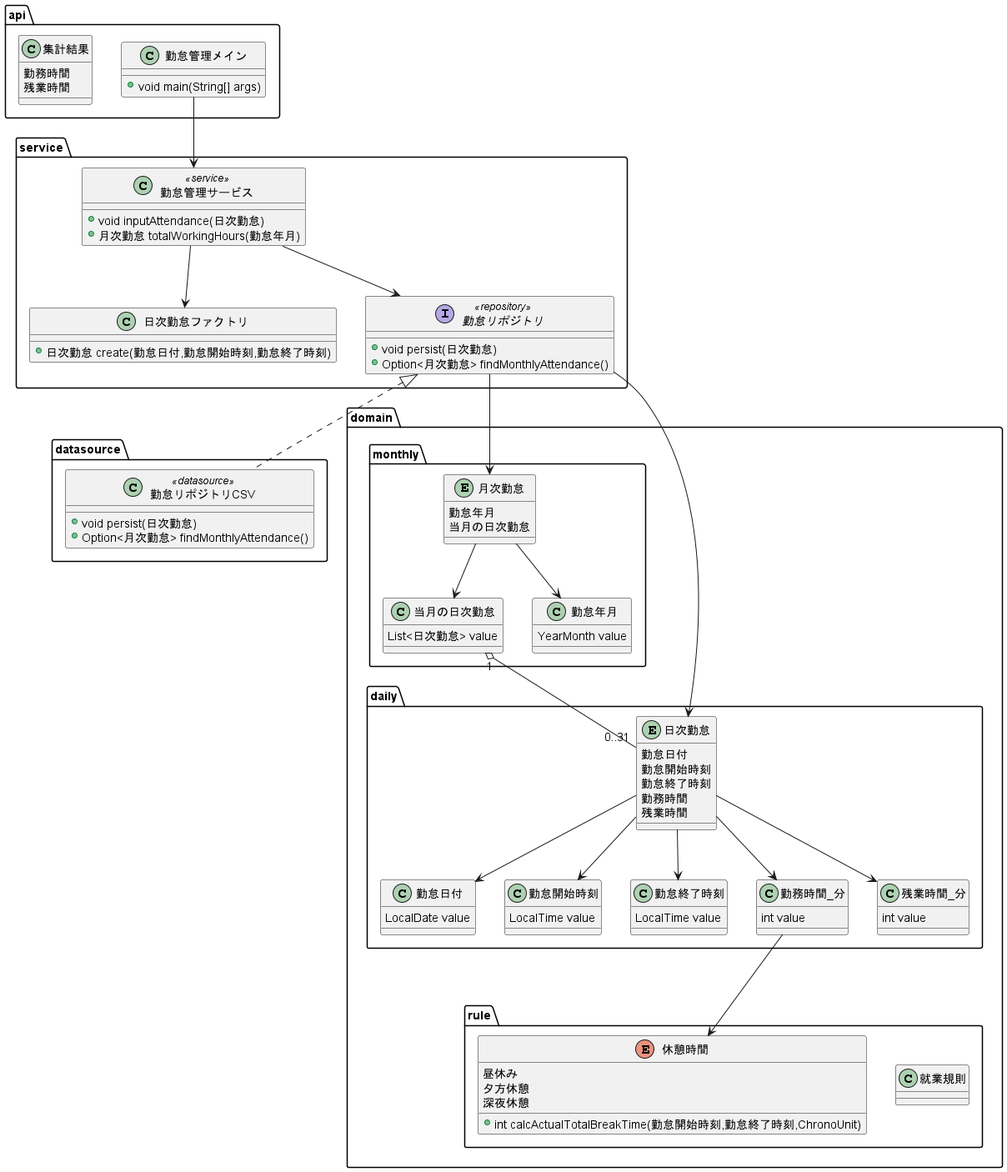
Before: apps/kintai/etc/design/model.png, a diagram exported from PlantUML (biglobe-isp/kintai).
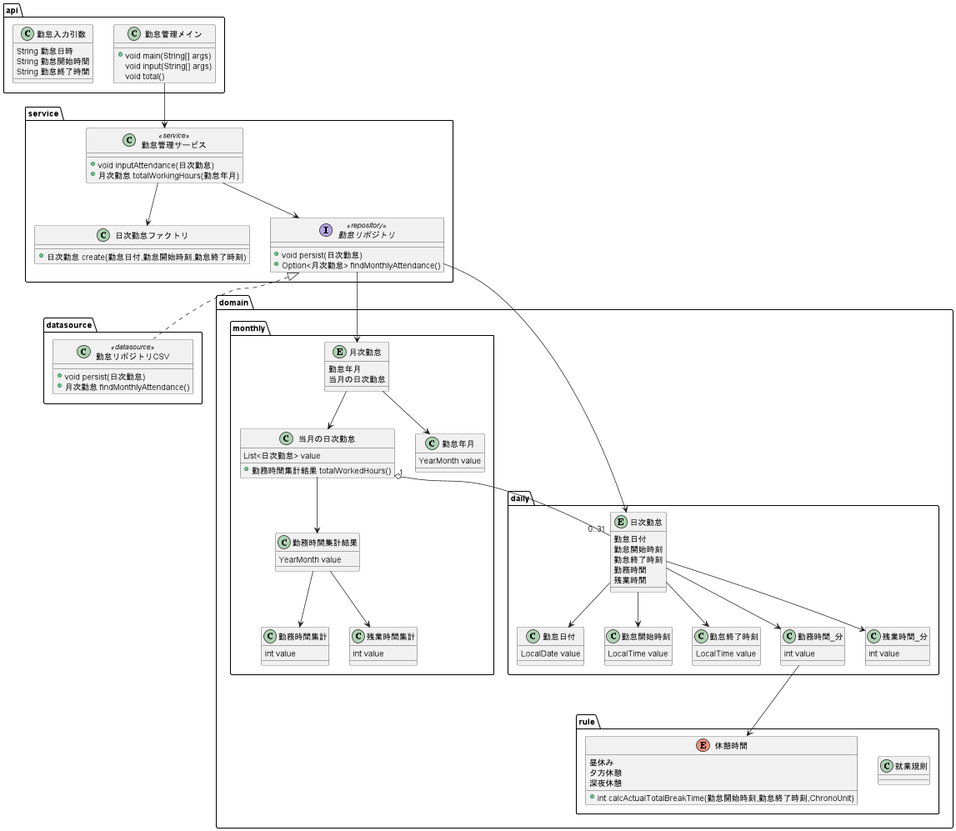
The same diagram one commit later.

Commit message:
docs: ドメインモデル図を更新

Change to the diagram source:
```diff
@@ -3,7 +3,7 @@
 package datasource {
     class 勤怠リポジトリCSV << datasource >> {
         +void persist(日次勤怠)
-        +Option<月次勤怠> findMonthlyAttendance()
+        +月次勤怠 findMonthlyAttendance()
     }
 }
 
@@ -29,11 +29,28 @@
 
         class 当月の日次勤怠 {
             List<日次勤怠> value
+            +勤務時間集計結果 totalWorkedHours()
         }
 
         class 勤怠年月 {
             YearMonth value
         }
+
+        class 勤務時間集計結果 {
+            YearMonth value
+        }
+
+        class 勤務時間集計 {
+            int value
+        }
+
+        class 残業時間集計 {
+            int value
+        }
+
+        当月の日次勤怠-->勤務時間集計結果
+        勤務時間集計結果-->勤務時間集計
+        勤務時間集計結果-->残業時間集計
     }
 
     package daily {
@@ -99,11 +116,16 @@
 package api {
     class 勤怠管理メイン {
         +void main(String[] args)
+        void input(String[] args)
+        void total()
     }
-    class 集計結果 {
-        勤務時間
-        残業時間
+
+    class 勤怠入力引数 {
+        String 勤怠日時
+        String 勤怠開始時間
+        String 勤怠終了時間
     }
+
     勤怠管理メイン-->勤怠管理サービス
 }
 @enduml
```
